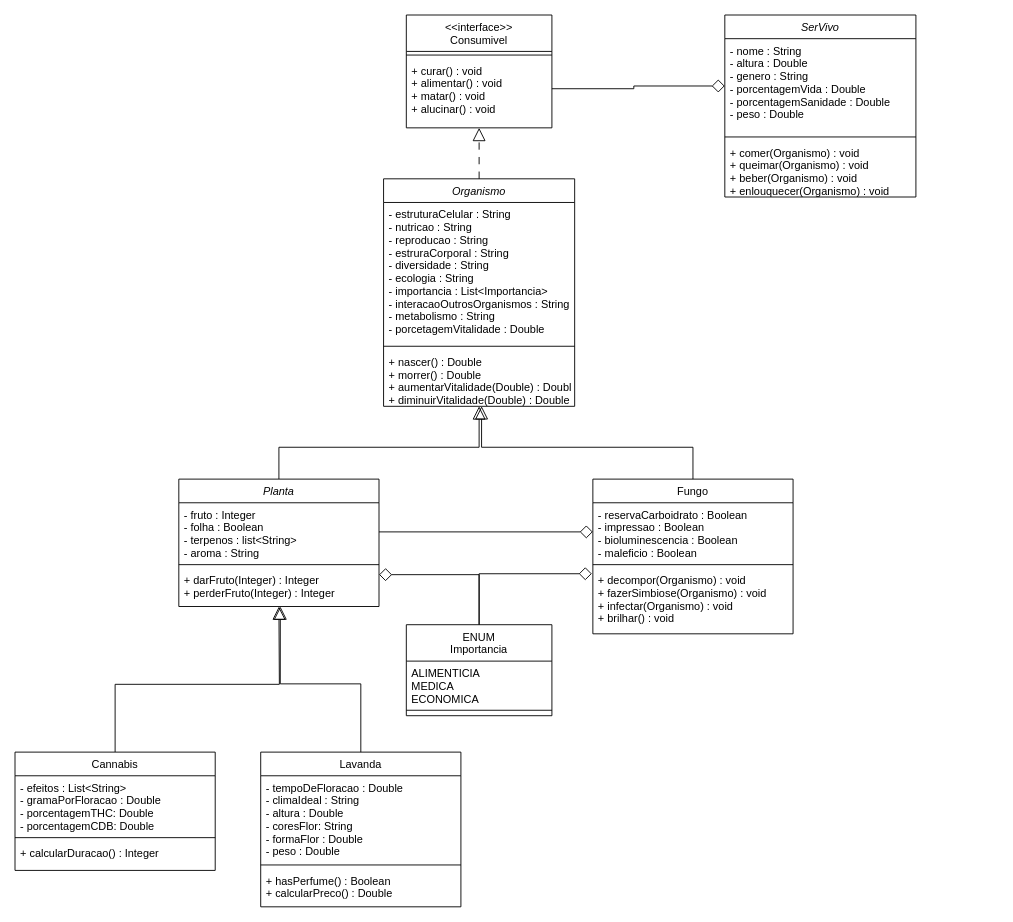
This is Plantas.drawio from Sant-Thiago/Diagramas-de-Classes---LP, a draw.io file, before an edit. Source tidied: cells renumbered, new cells numbered last; positions are measured from the earlier drawing's top-left corner, leaving out a move shared by most shapes. Both pictures are drawn from the tidied source at 91%, with x=0, y=0 at pixel (15, 15).
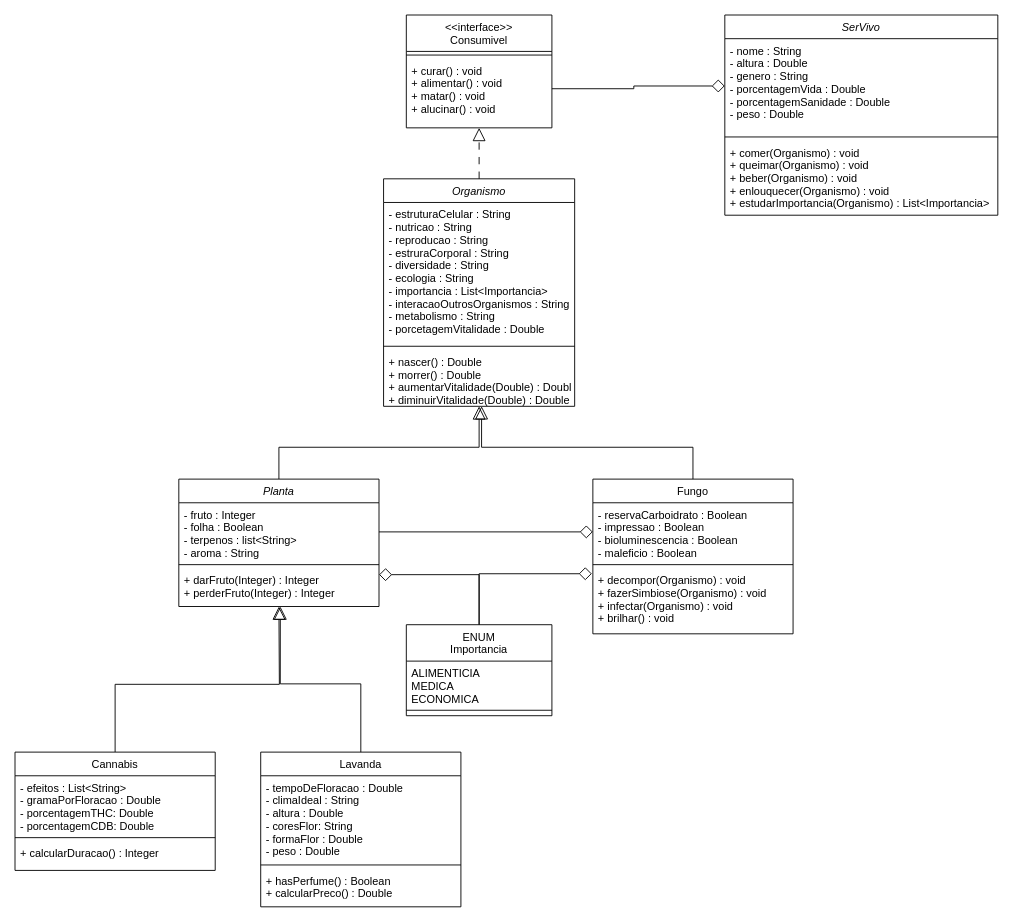
The same diagram, later.

Change to the diagram source:
```diff
@@
     <mxCell id="36" value="SerVivo" style="swimlane;fontStyle=2;align=center;verticalAlign=top;horizontal=1;startSize=26;rounded=0;shadow=0;strokeWidth=1;" parent="1" vertex="1">
-      <mxGeometry x="780" width="210" height="200" as="geometry" />
+      <mxGeometry x="780" width="300" height="220" as="geometry" />
     </mxCell>
     <mxCell id="37" value="- nome : String&#10;- altura : Double&#10;- genero : String&#10;- porcentagemVida : Double&#10;- porcentagemSanidade : Double&#10;- peso : Double" style="text;align=left;verticalAlign=top;spacingLeft=4;spacingRight=4;overflow=hidden;points=[[0,0.5],[1,0.5]];portConstraint=eastwest;" parent="36" vertex="1">
-      <mxGeometry y="26" width="210" height="104" as="geometry" />
+      <mxGeometry y="26" width="300" height="104" as="geometry" />
     </mxCell>
     <mxCell id="38" style="line;html=1;strokeWidth=1;align=left;verticalAlign=middle;spacingTop=-1;spacingLeft=3;spacingRight=3;labelPosition=right;" parent="36" vertex="1">
-      <mxGeometry y="130" width="210" height="8" as="geometry" />
+      <mxGeometry y="130" width="300" height="8" as="geometry" />
     </mxCell>
-    <mxCell id="39" value="+ comer(Organismo) : void&#10;+ queimar(Organismo) : void&#10;+ beber(Organismo) : void&#10;+ enlouquecer(Organismo) : void" style="text;align=left;verticalAlign=top;spacingLeft=4;spacingRight=4;overflow=hidden;" parent="36" vertex="1">
-      <mxGeometry y="138" width="210" height="62" as="geometry" />
+    <mxCell id="39" value="+ comer(Organismo) : void&#10;+ queimar(Organismo) : void&#10;+ beber(Organismo) : void&#10;+ enlouquecer(Organismo) : void&#10;+ estudarImportancia(Organismo) : List&lt;Importancia&gt; " style="text;align=left;verticalAlign=top;spacingLeft=4;spacingRight=4;overflow=hidden;" parent="36" vertex="1">
+      <mxGeometry y="138" width="300" height="82" as="geometry" />
     </mxCell>
```
